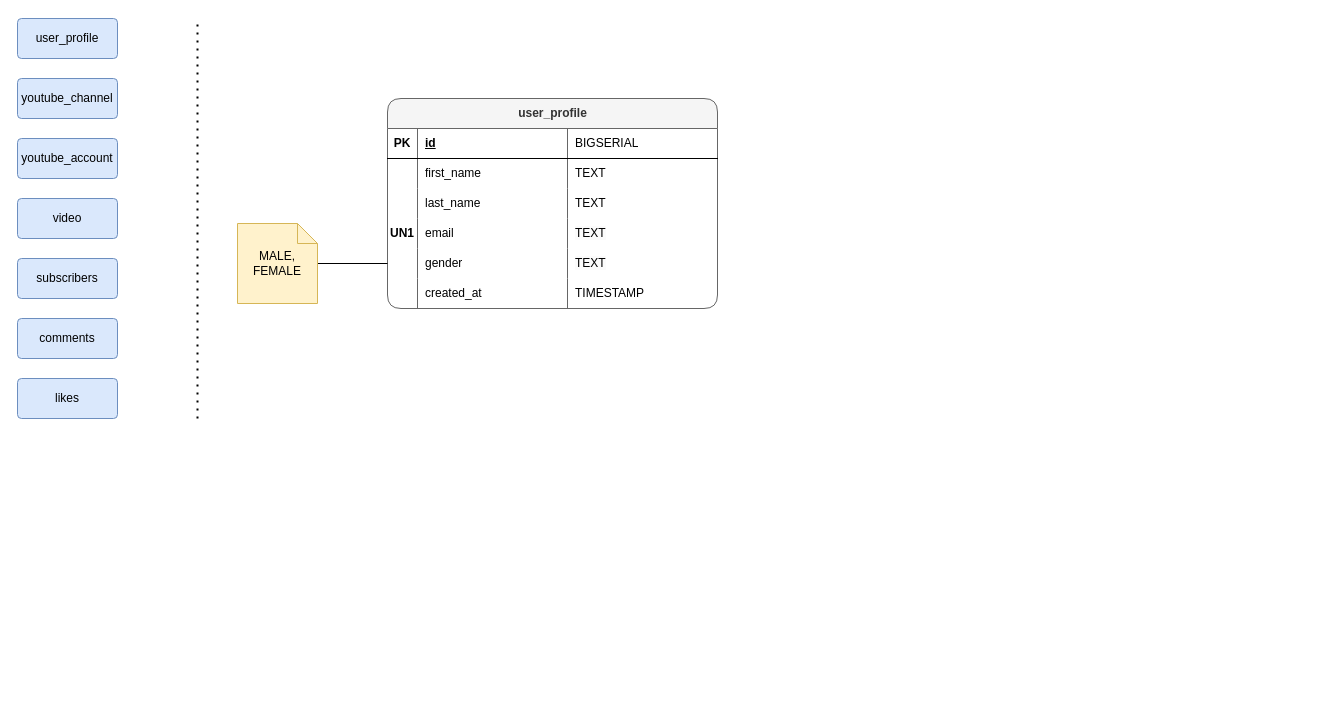
The draw.io diagram database-learn.drawio.xml in mjunaidjbr/learn-database, before the edit. Source tidied: cells renumbered, new cells numbered last; positions are measured from the earlier drawing's top-left corner, leaving out a move shared by most shapes. Both pictures are drawn from the tidied source at 100%, with x=0, y=0 at pixel (17, 18).
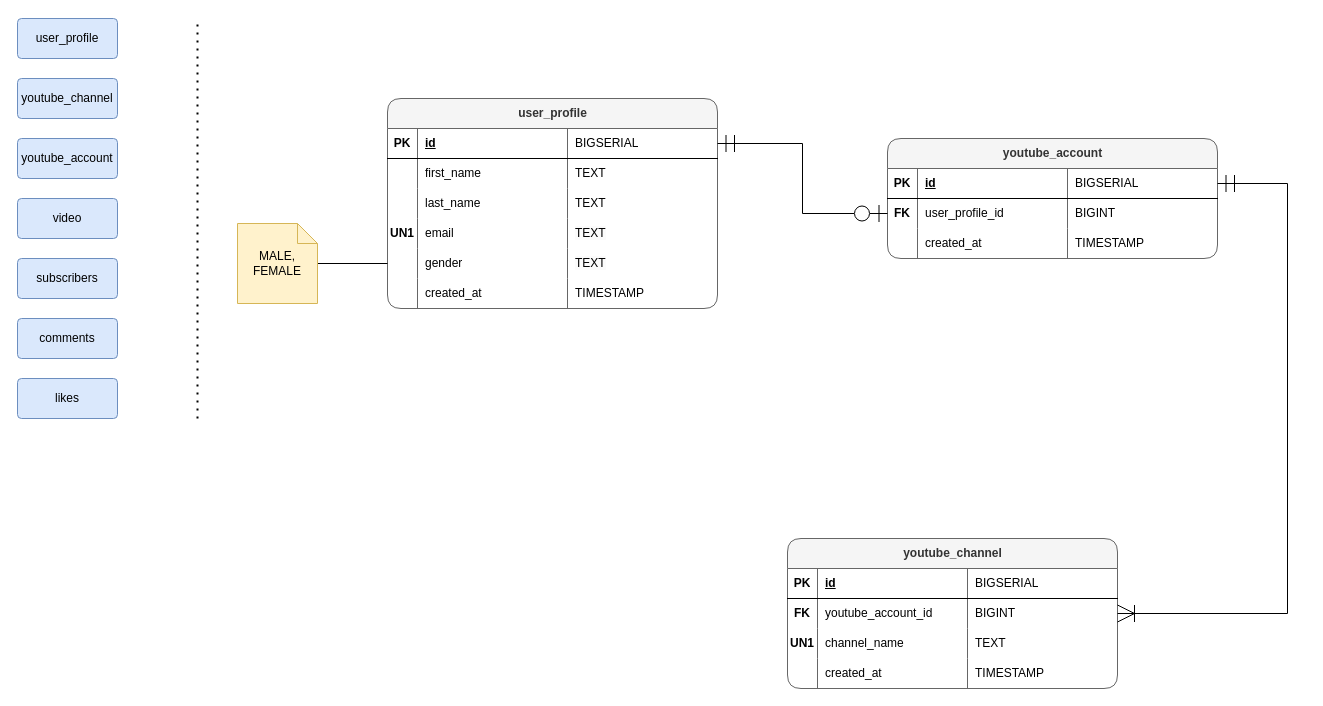
The same diagram, later.

Unchanged cells that the change refers to:
```xml
<mxCell id="10" style="shape=tableRow;horizontal=0;startSize=0;swimlaneHead=0;swimlaneBody=0;fillColor=none;points=[[0,0.5],[1,0.5]];portConstraint=eastwest;top=0;left=0;right=0;bottom=1;" parent="9" vertex="1">
  <mxGeometry y="30" width="330" height="30" as="geometry" />
</mxCell>
```

The edit, as a diff of the source:
```diff
@@
+    <mxCell id="37" value="youtube_account" style="shape=table;startSize=30;childLayout=tableLayout;rowLines=0;fontStyle=1;align=center;html=1;rounded=1;fillColor=#f5f5f5;strokeColor=#666666;swimlaneLine=1;shadow=0;fontColor=#333333;" parent="1" vertex="1">
+      <mxGeometry x="870" y="120" width="330" height="120" as="geometry" />
+    </mxCell>
+    <mxCell id="38" style="shape=tableRow;horizontal=0;startSize=0;swimlaneHead=0;swimlaneBody=0;fillColor=none;points=[[0,0.5],[1,0.5]];portConstraint=eastwest;top=0;left=0;right=0;bottom=1;" parent="37" vertex="1">
+      <mxGeometry y="30" width="330" height="30" as="geometry" />
+    </mxCell>
+    <mxCell id="39" value="PK" style="shape=partialRectangle;fillColor=none;top=0;left=0;bottom=0;right=0;fontStyle=1;overflow=hidden;whiteSpace=wrap;html=1;" parent="38" vertex="1">
+      <mxGeometry width="30" height="30" as="geometry" />
+    </mxCell>
+    <mxCell id="40" value="id" style="shape=partialRectangle;fillColor=none;top=0;left=0;bottom=0;right=0;align=left;spacingLeft=6;fontStyle=5;overflow=hidden;whiteSpace=wrap;html=1;" parent="38" vertex="1">
+      <mxGeometry x="30" width="150" height="30" as="geometry" />
+    </mxCell>
+    <mxCell id="41" value="&lt;span style=&quot;font-weight: normal;&quot;&gt;BIGSERIAL&lt;/span&gt;" style="shape=partialRectangle;fillColor=none;top=0;left=0;bottom=0;right=0;align=left;spacingLeft=6;fontStyle=1;overflow=hidden;whiteSpace=wrap;html=1;" parent="38" vertex="1">
+      <mxGeometry x="180" width="150" height="30" as="geometry" />
+    </mxCell>
+    <mxCell id="42" style="shape=tableRow;horizontal=0;startSize=0;swimlaneHead=0;swimlaneBody=0;fillColor=none;points=[[0,0.5],[1,0.5]];portConstraint=eastwest;top=0;left=0;right=0;bottom=0;" parent="37" vertex="1">
+      <mxGeometry y="60" width="330" height="30" as="geometry" />
+    </mxCell>
+    <mxCell id="43" value="&lt;b&gt;FK&lt;/b&gt;" style="shape=partialRectangle;fillColor=none;top=0;left=0;bottom=0;right=0;overflow=hidden;whiteSpace=wrap;html=1;" parent="42" vertex="1">
+      <mxGeometry width="30" height="30" as="geometry" />
+    </mxCell>
+    <mxCell id="44" value="user_profile_id" style="shape=partialRectangle;fillColor=none;top=0;left=0;bottom=0;right=0;align=left;spacingLeft=6;overflow=hidden;whiteSpace=wrap;html=1;" parent="42" vertex="1">
+      <mxGeometry x="30" width="150" height="30" as="geometry" />
+    </mxCell>
+    <mxCell id="45" value="BIGINT" style="shape=partialRectangle;fillColor=none;top=0;left=0;bottom=0;right=0;align=left;spacingLeft=6;overflow=hidden;whiteSpace=wrap;html=1;" parent="42" vertex="1">
+      <mxGeometry x="180" width="150" height="30" as="geometry" />
+    </mxCell>
+    <mxCell id="46" style="shape=tableRow;horizontal=0;startSize=0;swimlaneHead=0;swimlaneBody=0;fillColor=none;top=0;left=0;right=0;bottom=0;" parent="37" vertex="1">
+      <mxGeometry y="90" width="330" height="30" as="geometry" />
+    </mxCell>
+    <mxCell id="47" style="shape=partialRectangle;fillColor=none;top=0;left=0;bottom=0;right=0;overflow=hidden;whiteSpace=wrap;html=1;" parent="46" vertex="1">
+      <mxGeometry width="30" height="30" as="geometry" />
+    </mxCell>
+    <mxCell id="48" value="created_at" style="shape=partialRectangle;fillColor=none;top=0;left=0;bottom=0;right=0;align=left;spacingLeft=6;overflow=hidden;whiteSpace=wrap;html=1;" parent="46" vertex="1">
+      <mxGeometry x="30" width="150" height="30" as="geometry" />
+    </mxCell>
+    <mxCell id="49" value="TIMESTAMP" style="shape=partialRectangle;fillColor=none;top=0;left=0;bottom=0;right=0;align=left;spacingLeft=6;overflow=hidden;whiteSpace=wrap;html=1;" parent="46" vertex="1">
+      <mxGeometry x="180" width="150" height="30" as="geometry" />
+    </mxCell>
+    <mxCell id="50" value="youtube_channel" style="shape=table;startSize=30;childLayout=tableLayout;rowLines=0;fontStyle=1;align=center;html=1;rounded=1;fillColor=#f5f5f5;strokeColor=#666666;swimlaneLine=1;shadow=0;fontColor=#333333;" parent="1" vertex="1">
+      <mxGeometry x="770" y="520" width="330" height="150" as="geometry" />
+    </mxCell>
+    <mxCell id="51" style="shape=tableRow;horizontal=0;startSize=0;swimlaneHead=0;swimlaneBody=0;fillColor=none;top=0;left=0;right=0;bottom=1;" parent="50" vertex="1">
+      <mxGeometry y="30" width="330" height="30" as="geometry" />
+    </mxCell>
+    <mxCell id="52" value="PK" style="shape=partialRectangle;fillColor=none;top=0;left=0;bottom=0;right=0;fontStyle=1;overflow=hidden;whiteSpace=wrap;html=1;" parent="51" vertex="1">
+      <mxGeometry width="30" height="30" as="geometry" />
+    </mxCell>
+    <mxCell id="53" value="id" style="shape=partialRectangle;fillColor=none;top=0;left=0;bottom=0;right=0;align=left;spacingLeft=6;fontStyle=5;overflow=hidden;whiteSpace=wrap;html=1;" parent="51" vertex="1">
+      <mxGeometry x="30" width="150" height="30" as="geometry" />
+    </mxCell>
+    <mxCell id="54" value="&lt;span style=&quot;font-weight: normal;&quot;&gt;BIGSERIAL&lt;/span&gt;" style="shape=partialRectangle;fillColor=none;top=0;left=0;bottom=0;right=0;align=left;spacingLeft=6;fontStyle=1;overflow=hidden;whiteSpace=wrap;html=1;" parent="51" vertex="1">
+      <mxGeometry x="180" width="150" height="30" as="geometry" />
+    </mxCell>
+    <mxCell id="55" style="shape=tableRow;horizontal=0;startSize=0;swimlaneHead=0;swimlaneBody=0;fillColor=none;points=[[0,0.5],[1,0.5]];portConstraint=eastwest;top=0;left=0;right=0;bottom=0;" parent="50" vertex="1">
+      <mxGeometry y="60" width="330" height="30" as="geometry" />
+    </mxCell>
+    <mxCell id="56" value="&lt;b&gt;FK&lt;/b&gt;" style="shape=partialRectangle;fillColor=none;top=0;left=0;bottom=0;right=0;overflow=hidden;whiteSpace=wrap;html=1;" parent="55" vertex="1">
+      <mxGeometry width="30" height="30" as="geometry" />
+    </mxCell>
+    <mxCell id="57" value="youtube_account_id" style="shape=partialRectangle;fillColor=none;top=0;left=0;bottom=0;right=0;align=left;spacingLeft=6;overflow=hidden;whiteSpace=wrap;html=1;" parent="55" vertex="1">
+      <mxGeometry x="30" width="150" height="30" as="geometry" />
+    </mxCell>
+    <mxCell id="58" value="BIGINT" style="shape=partialRectangle;fillColor=none;top=0;left=0;bottom=0;right=0;align=left;spacingLeft=6;overflow=hidden;whiteSpace=wrap;html=1;" parent="55" vertex="1">
+      <mxGeometry x="180" width="150" height="30" as="geometry" />
+    </mxCell>
+    <mxCell id="59" style="shape=tableRow;horizontal=0;startSize=0;swimlaneHead=0;swimlaneBody=0;fillColor=none;top=0;left=0;right=0;bottom=0;" parent="50" vertex="1">
+      <mxGeometry y="90" width="330" height="30" as="geometry" />
+    </mxCell>
+    <mxCell id="60" value="&lt;b&gt;UN1&lt;br&gt;&lt;/b&gt;" style="shape=partialRectangle;fillColor=none;top=0;left=0;bottom=0;right=0;overflow=hidden;whiteSpace=wrap;html=1;" parent="59" vertex="1">
+      <mxGeometry width="30" height="30" as="geometry" />
+    </mxCell>
+    <mxCell id="61" value="channel_name" style="shape=partialRectangle;fillColor=none;top=0;left=0;bottom=0;right=0;align=left;spacingLeft=6;overflow=hidden;whiteSpace=wrap;html=1;" parent="59" vertex="1">
+      <mxGeometry x="30" width="150" height="30" as="geometry" />
+    </mxCell>
+    <mxCell id="62" value="TEXT" style="shape=partialRectangle;fillColor=none;top=0;left=0;bottom=0;right=0;align=left;spacingLeft=6;overflow=hidden;whiteSpace=wrap;html=1;" parent="59" vertex="1">
+      <mxGeometry x="180" width="150" height="30" as="geometry" />
+    </mxCell>
+    <mxCell id="63" style="shape=tableRow;horizontal=0;startSize=0;swimlaneHead=0;swimlaneBody=0;fillColor=none;top=0;left=0;right=0;bottom=0;" parent="50" vertex="1">
+      <mxGeometry y="120" width="330" height="30" as="geometry" />
+    </mxCell>
+    <mxCell id="64" style="shape=partialRectangle;fillColor=none;top=0;left=0;bottom=0;right=0;overflow=hidden;whiteSpace=wrap;html=1;" parent="63" vertex="1">
+      <mxGeometry width="30" height="30" as="geometry" />
+    </mxCell>
+    <mxCell id="65" value="created_at" style="shape=partialRectangle;fillColor=none;top=0;left=0;bottom=0;right=0;align=left;spacingLeft=6;overflow=hidden;whiteSpace=wrap;html=1;" parent="63" vertex="1">
+      <mxGeometry x="30" width="150" height="30" as="geometry" />
+    </mxCell>
+    <mxCell id="66" value="TIMESTAMP" style="shape=partialRectangle;fillColor=none;top=0;left=0;bottom=0;right=0;align=left;spacingLeft=6;overflow=hidden;whiteSpace=wrap;html=1;" parent="63" vertex="1">
+      <mxGeometry x="180" width="150" height="30" as="geometry" />
+    </mxCell>
+    <mxCell id="67" style="edgeStyle=orthogonalEdgeStyle;rounded=0;jettySize=auto;html=1;exitX=0;exitY=0.5;exitDx=0;exitDy=0;entryX=1;entryY=0.5;entryDx=0;entryDy=0;endArrow=ERmandOne;endFill=0;endSize=15;startSize=15;startArrow=ERzeroToOne;startFill=0;" parent="1" edge="1" source="42" target="10">
+      <mxGeometry relative="1" as="geometry" />
+    </mxCell>
+    <mxCell id="68" style="edgeStyle=orthogonalEdgeStyle;rounded=0;jettySize=auto;html=1;exitX=1;exitY=0.5;exitDx=0;exitDy=0;entryX=1;entryY=0.5;entryDx=0;entryDy=0;endArrow=ERmandOne;endFill=0;endSize=15;startSize=15;startArrow=ERoneToMany;startFill=0;" parent="1" edge="1" source="55" target="38">
+      <mxGeometry relative="1" as="geometry">
+        <Array as="points">
+          <mxPoint x="1270" y="595" />
+          <mxPoint x="1270" y="165" />
+        </Array>
+      </mxGeometry>
+    </mxCell>
```
